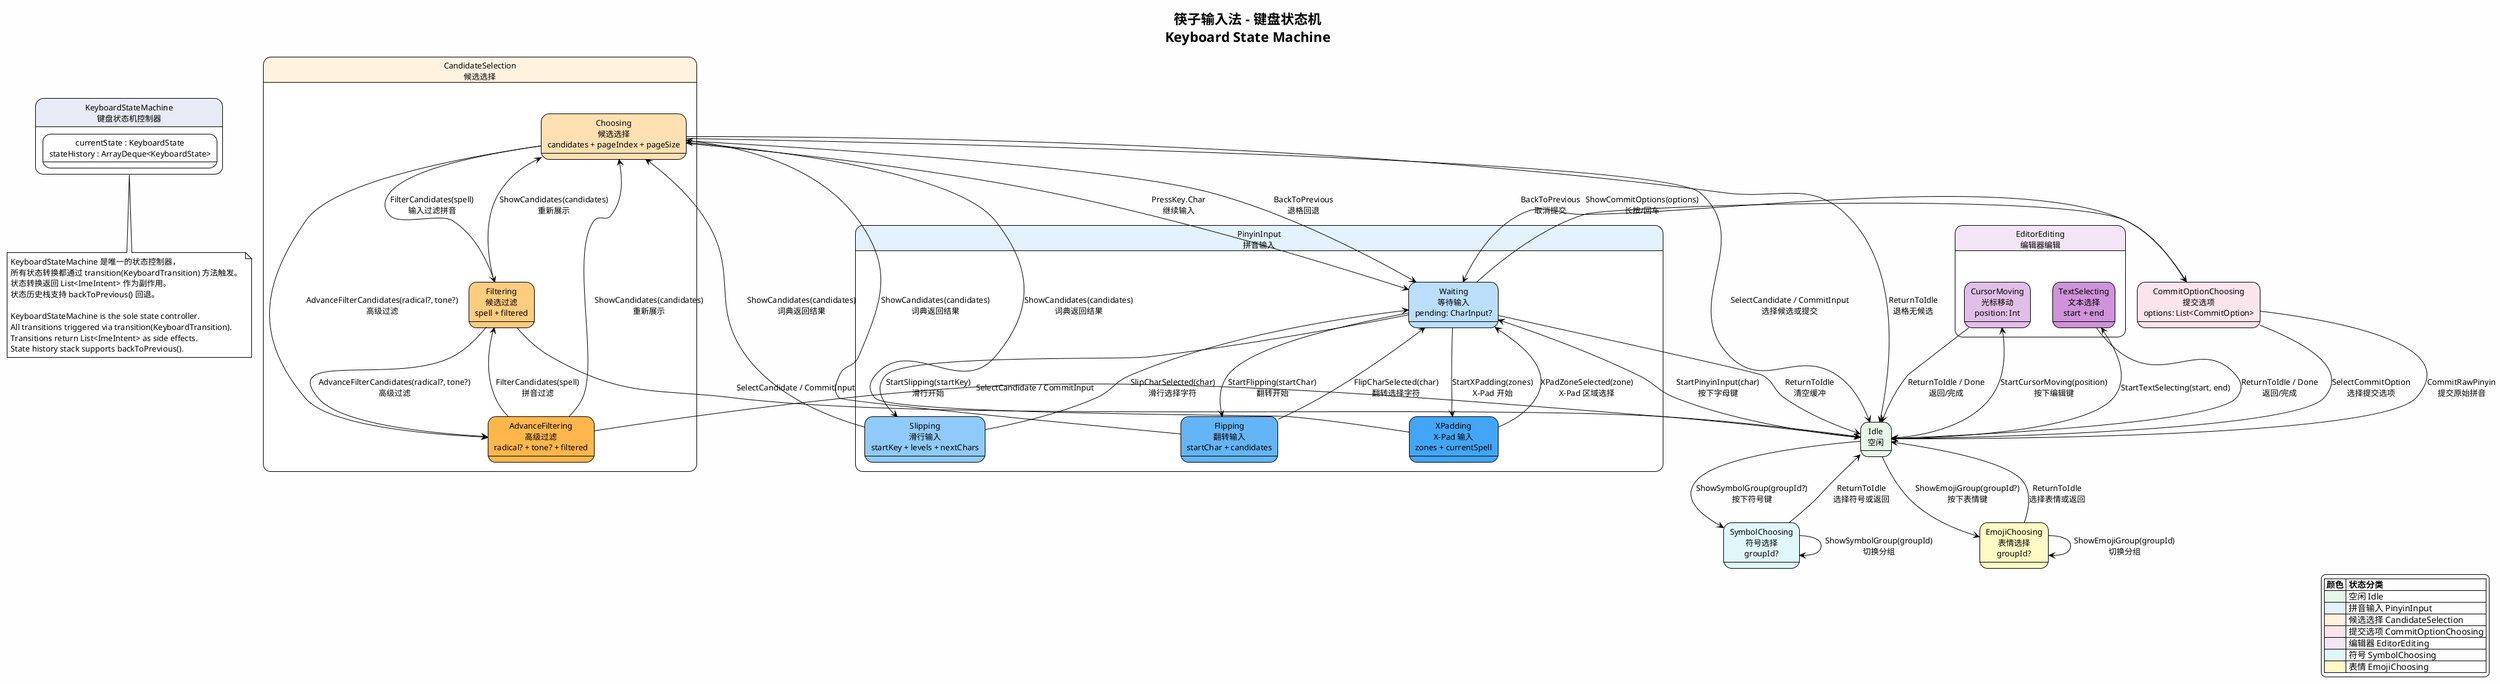
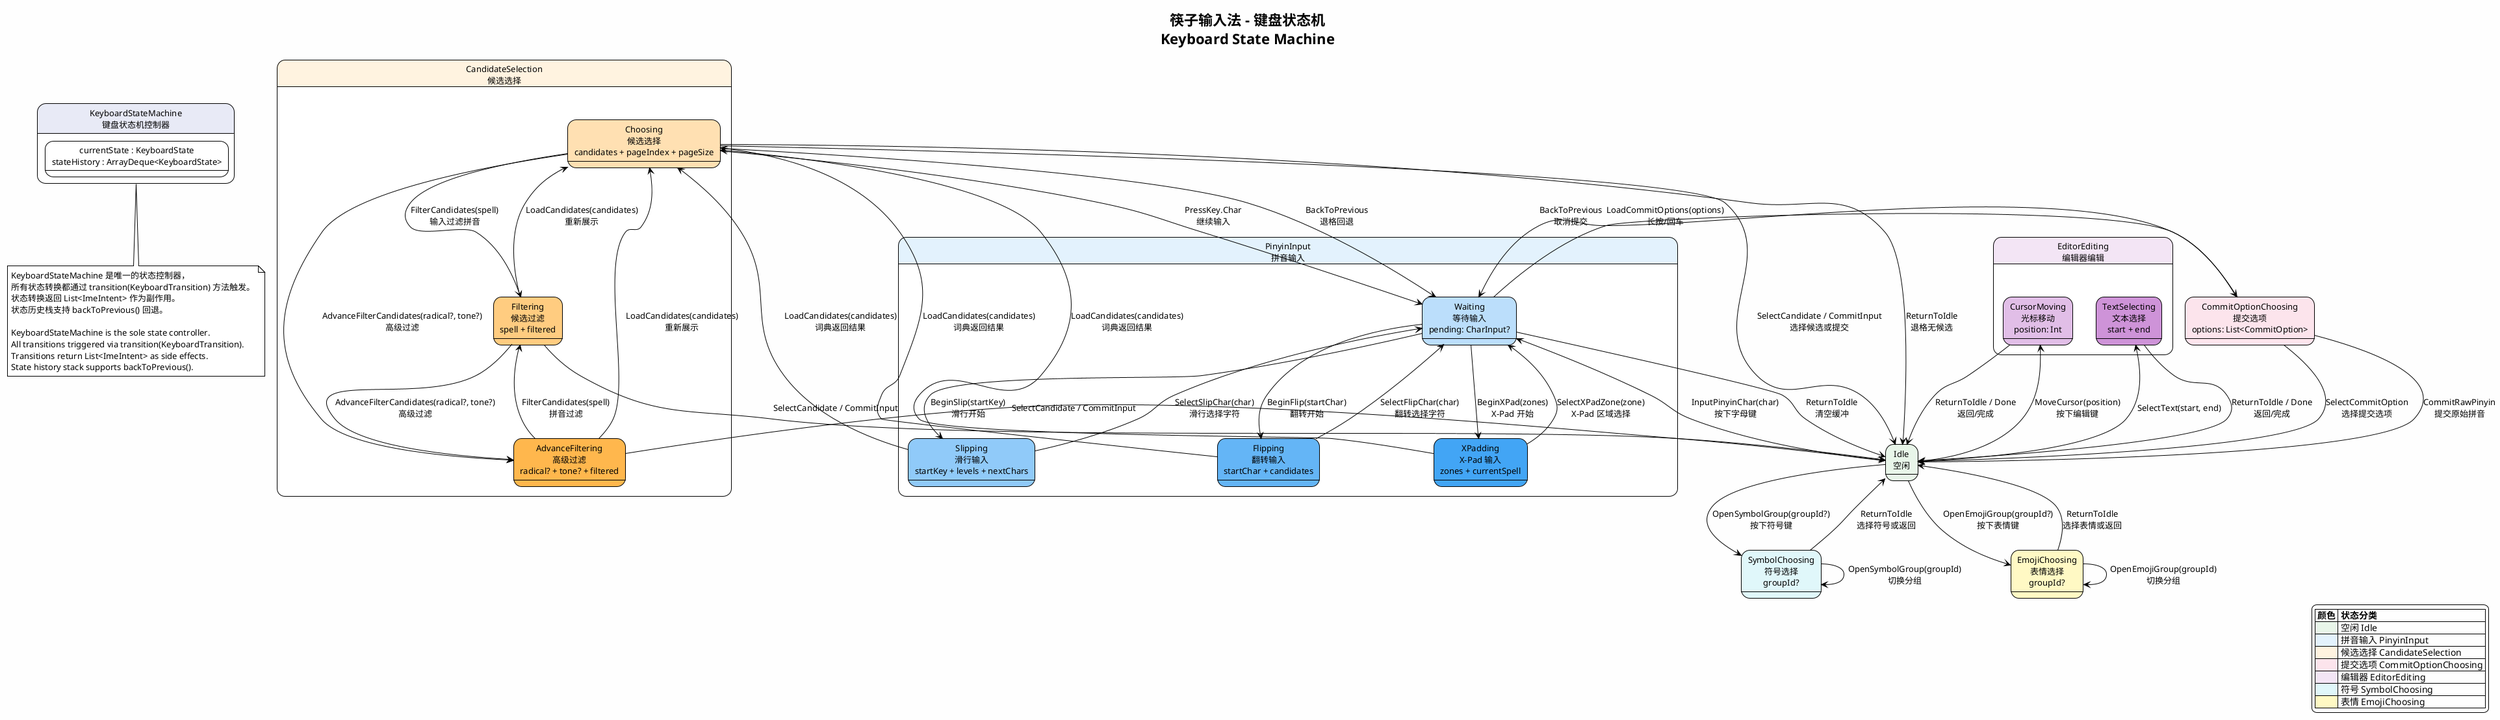
@startuml engine-state-machine
!theme plain
skinparam backgroundColor #FEFEFE
skinparam shadowing false
skinparam defaultFontSize 13
skinparam stateFontSize 13

title 筷子输入法 - 键盘状态机\nKeyboard State Machine

' ─── Controller ────────────────────────────────────────────────────

state "KeyboardStateMachine\n键盘状态机控制器" as KSM #E8EAF6 {
    state "currentState : KeyboardState\nstateHistory : ArrayDeque<KeyboardState>" as context
}

' ─── Top-level States ──────────────────────────────────────────────

state "Idle\n空闲" as Idle #E8F5E9

state "PinyinInput\n拼音输入" as PinyinInput #E3F2FD {
    state "Waiting\n等待输入\npending: CharInput?" as PinyinWaiting #BBDEFB
    state "Slipping\n滑行输入\nstartKey + levels + nextChars" as PinyinSlipping #90CAF9
    state "Flipping\n翻转输入\nstartChar + candidates" as PinyinFlipping #64B5F6
    state "XPadding\nX-Pad 输入\nzones + currentSpell" as PinyinXPadding #42A5F5
}

state "CandidateSelection\n候选选择" as CandidateSelection #FFF3E0 {
    state "Choosing\n候选选择\ncandidates + pageIndex + pageSize" as CandidateChoosing #FFE0B2
    state "Filtering\n候选过滤\nspell + filtered" as CandidateFiltering #FFCC80
    state "AdvanceFiltering\n高级过滤\nradical? + tone? + filtered" as CandidateAdvanceFiltering #FFB74D
}

state "CommitOptionChoosing\n提交选项\noptions: List<CommitOption>" as CommitOptionChoosing #FCE4EC

state "EditorEditing\n编辑器编辑" as EditorEditing #F3E5F5 {
    state "CursorMoving\n光标移动\nposition: Int" as EditorCursorMoving #E1BEE7
    state "TextSelecting\n文本选择\nstart + end" as EditorTextSelecting #CE93D8
}

state "SymbolChoosing\n符号选择\ngroupId?" as SymbolChoosing #E0F7FA

state "EmojiChoosing\n表情选择\ngroupId?" as EmojiChoosing #FFF9C4

' ─── Idle Transitions ──────────────────────────────────────────────

- Idle --> PinyinWaiting : StartPinyinInput(char)\n按下字母键
- Idle --> EditorCursorMoving : StartCursorMoving(position)\n按下编辑键
- Idle --> EditorTextSelecting : StartTextSelecting(start, end)
- Idle --> SymbolChoosing : ShowSymbolGroup(groupId?)\n按下符号键
- Idle --> EmojiChoosing : ShowEmojiGroup(groupId?)\n按下表情键
+ Idle --> PinyinWaiting : InputPinyinChar(char)\n按下字母键
+ Idle --> EditorCursorMoving : MoveCursor(position)\n按下编辑键
+ Idle --> EditorTextSelecting : SelectText(start, end)
+ Idle --> SymbolChoosing : OpenSymbolGroup(groupId?)\n按下符号键
+ Idle --> EmojiChoosing : OpenEmojiGroup(groupId?)\n按下表情键

' ─── PinyinInput Sub-state Transitions ─────────────────────────────

- PinyinWaiting --> PinyinSlipping : StartSlipping(startKey)\n滑行开始
- PinyinWaiting --> PinyinFlipping : StartFlipping(startChar)\n翻转开始
- PinyinWaiting --> PinyinXPadding : StartXPadding(zones)\nX-Pad 开始
+ PinyinWaiting --> PinyinSlipping : BeginSlip(startKey)\n滑行开始
+ PinyinWaiting --> PinyinFlipping : BeginFlip(startChar)\n翻转开始
+ PinyinWaiting --> PinyinXPadding : BeginXPad(zones)\nX-Pad 开始

- PinyinSlipping --> PinyinWaiting : SlipCharSelected(char)\n滑行选择字符
- PinyinSlipping --> CandidateChoosing : ShowCandidates(candidates)\n词典返回结果
+ PinyinSlipping --> PinyinWaiting : SelectSlipChar(char)\n滑行选择字符
+ PinyinSlipping --> CandidateChoosing : LoadCandidates(candidates)\n词典返回结果

- PinyinFlipping --> PinyinWaiting : FlipCharSelected(char)\n翻转选择字符
- PinyinFlipping --> CandidateChoosing : ShowCandidates(candidates)\n词典返回结果
+ PinyinFlipping --> PinyinWaiting : SelectFlipChar(char)\n翻转选择字符
+ PinyinFlipping --> CandidateChoosing : LoadCandidates(candidates)\n词典返回结果

- PinyinXPadding --> PinyinWaiting : XPadZoneSelected(zone)\nX-Pad 区域选择
- PinyinXPadding --> CandidateChoosing : ShowCandidates(candidates)\n词典返回结果
+ PinyinXPadding --> PinyinWaiting : SelectXPadZone(zone)\nX-Pad 区域选择
+ PinyinXPadding --> CandidateChoosing : LoadCandidates(candidates)\n词典返回结果

' ─── CandidateSelection Sub-state Transitions ─────────────────────

CandidateChoosing --> CandidateFiltering : FilterCandidates(spell)\n输入过滤拼音
CandidateChoosing --> CandidateAdvanceFiltering : AdvanceFilterCandidates(radical?, tone?)\n高级过滤
CandidateChoosing --> Idle : SelectCandidate / CommitInput\n选择候选或提交

- CandidateFiltering --> CandidateChoosing : ShowCandidates(candidates)\n重新展示
+ CandidateFiltering --> CandidateChoosing : LoadCandidates(candidates)\n重新展示
CandidateFiltering --> CandidateAdvanceFiltering : AdvanceFilterCandidates(radical?, tone?)\n高级过滤
CandidateFiltering --> Idle : SelectCandidate / CommitInput

- CandidateAdvanceFiltering --> CandidateChoosing : ShowCandidates(candidates)\n重新展示
+ CandidateAdvanceFiltering --> CandidateChoosing : LoadCandidates(candidates)\n重新展示
CandidateAdvanceFiltering --> CandidateFiltering : FilterCandidates(spell)\n拼音过滤
CandidateAdvanceFiltering --> Idle : SelectCandidate / CommitInput

' ─── CandidateSelection → PinyinInput ─────────────────────────────

CandidateChoosing --> PinyinWaiting : PressKey.Char\n继续输入
CandidateChoosing --> PinyinWaiting : BackToPrevious\n退格回退

' ─── CommitOptionChoosing Transitions ─────────────────────────────

- PinyinWaiting --> CommitOptionChoosing : ShowCommitOptions(options)\n长按/回车
+ PinyinWaiting --> CommitOptionChoosing : LoadCommitOptions(options)\n长按/回车

CommitOptionChoosing --> Idle : SelectCommitOption\n选择提交选项
CommitOptionChoosing --> PinyinWaiting : BackToPrevious\n取消提交
CommitOptionChoosing --> Idle : CommitRawPinyin\n提交原始拼音

' ─── EditorEditing Transitions ────────────────────────────────────

EditorCursorMoving --> Idle : ReturnToIdle / Done\n返回/完成
EditorTextSelecting --> Idle : ReturnToIdle / Done\n返回/完成

' ─── SymbolChoosing Transitions ───────────────────────────────────

SymbolChoosing --> Idle : ReturnToIdle\n选择符号或返回
- SymbolChoosing --> SymbolChoosing : ShowSymbolGroup(groupId)\n切换分组
+ SymbolChoosing --> SymbolChoosing : OpenSymbolGroup(groupId)\n切换分组

' ─── EmojiChoosing Transitions ────────────────────────────────────

EmojiChoosing --> Idle : ReturnToIdle\n选择表情或返回
- EmojiChoosing --> EmojiChoosing : ShowEmojiGroup(groupId)\n切换分组
+ EmojiChoosing --> EmojiChoosing : OpenEmojiGroup(groupId)\n切换分组

' ─── Common Return ────────────────────────────────────────────────

PinyinWaiting --> Idle : ReturnToIdle\n清空缓冲
CandidateChoosing --> Idle : ReturnToIdle\n退格无候选

' ─── Legend ────────────────────────────────────────────────────────

legend right
    |= 颜色 |= 状态分类 |
    |<#E8F5E9>| 空闲 Idle |
    |<#E3F2FD>| 拼音输入 PinyinInput |
    |<#FFF3E0>| 候选选择 CandidateSelection |
    |<#FCE4EC>| 提交选项 CommitOptionChoosing |
    |<#F3E5F5>| 编辑器 EditorEditing |
    |<#E0F7FA>| 符号 SymbolChoosing |
    |<#FFF9C4>| 表情 EmojiChoosing |
endlegend

note bottom of KSM
    KeyboardStateMachine 是唯一的状态控制器，
    所有状态转换都通过 transition(KeyboardTransition) 方法触发。
    状态转换返回 List<ImeIntent> 作为副作用。
    状态历史栈支持 backToPrevious() 回退。

    KeyboardStateMachine is the sole state controller.
    All transitions triggered via transition(KeyboardTransition).
    Transitions return List<ImeIntent> as side effects.
    State history stack supports backToPrevious().
end note

@enduml
